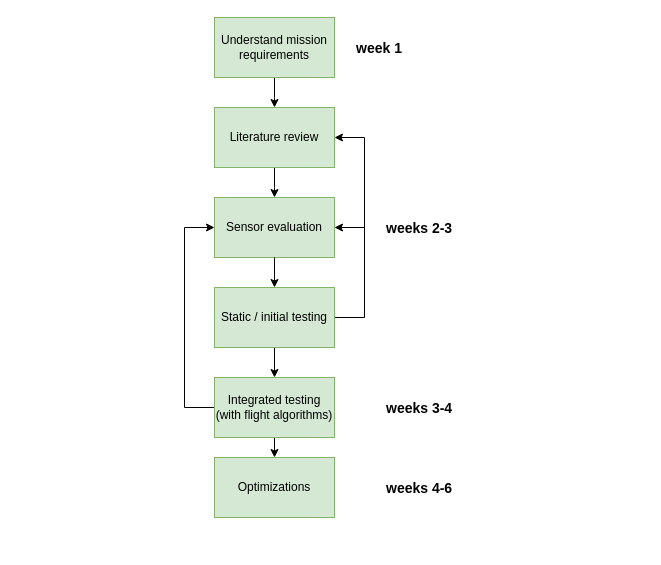
Above: decision_process.drawio in prasannawilliams/high-level-architecture (draw.io), before the change. Source tidied: cells renumbered, new cells numbered last; positions are measured from the earlier drawing's top-left corner, leaving out a move shared by most shapes. Both pictures are drawn from the tidied source at 100%, with x=0, y=0 at pixel (184, 17). Pictures stored in the file or linked from it are replaced by grey dashed boxes.
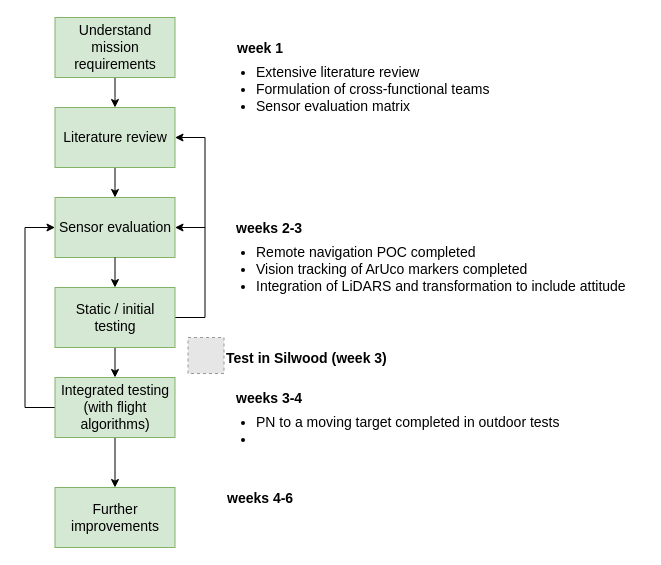
After the change.

The edit, as a diff of the source:
```diff
@@
     <mxCell id="2" style="edgeStyle=orthogonalEdgeStyle;rounded=0;jettySize=auto;html=1;" parent="1" edge="1" source="3">
       <mxGeometry relative="1" as="geometry">
-        <mxPoint x="90" y="90" as="targetPoint" />
+        <mxPoint x="-69.5" y="90" as="targetPoint" />
       </mxGeometry>
     </mxCell>
-    <mxCell id="3" value="Understand mission requirements" style="rounded=0;whiteSpace=wrap;html=1;fillColor=#d5e8d4;strokeColor=#82b366;" parent="1" vertex="1">
-      <mxGeometry x="30" width="120" height="60" as="geometry" />
+    <mxCell id="3" value="Understand mission requirements" style="rounded=0;whiteSpace=wrap;html=1;fillColor=#d5e8d4;strokeColor=#82b366;fontSize=14;" parent="1" vertex="1">
+      <mxGeometry x="-129.5" width="120" height="60" as="geometry" />
     </mxCell>
     <mxCell id="4" style="edgeStyle=orthogonalEdgeStyle;rounded=0;jettySize=auto;html=1;" parent="1" edge="1" source="5">
       <mxGeometry relative="1" as="geometry">
-        <mxPoint x="90" y="180" as="targetPoint" />
+        <mxPoint x="-69.5" y="180" as="targetPoint" />
       </mxGeometry>
     </mxCell>
-    <mxCell id="5" value="Literature review" style="rounded=0;whiteSpace=wrap;html=1;fillColor=#d5e8d4;strokeColor=#82b366;" parent="1" vertex="1">
-      <mxGeometry x="30" y="90" width="120" height="60" as="geometry" />
+    <mxCell id="5" value="Literature review" style="rounded=0;whiteSpace=wrap;html=1;fillColor=#d5e8d4;strokeColor=#82b366;fontSize=14;" parent="1" vertex="1">
+      <mxGeometry x="-129.5" y="90" width="120" height="60" as="geometry" />
     </mxCell>
     <mxCell id="6" style="edgeStyle=orthogonalEdgeStyle;rounded=0;jettySize=auto;html=1;exitX=1;exitY=0.5;exitDx=0;exitDy=0;startArrow=classic;startFill=1;endArrow=none;endFill=0;" parent="1" edge="1" source="7">
       <mxGeometry relative="1" as="geometry">
-        <mxPoint x="180" y="210" as="targetPoint" />
+        <mxPoint x="20.5" y="210" as="targetPoint" />
       </mxGeometry>
     </mxCell>
-    <mxCell id="7" value="Sensor evaluation" style="rounded=0;whiteSpace=wrap;html=1;fillColor=#d5e8d4;strokeColor=#82b366;" parent="1" vertex="1">
-      <mxGeometry x="30" y="180" width="120" height="60" as="geometry" />
+    <mxCell id="7" value="Sensor evaluation" style="rounded=0;whiteSpace=wrap;html=1;fillColor=#d5e8d4;strokeColor=#82b366;fontSize=14;" parent="1" vertex="1">
+      <mxGeometry x="-129.5" y="180" width="120" height="60" as="geometry" />
     </mxCell>
     <mxCell id="8" style="edgeStyle=orthogonalEdgeStyle;rounded=0;orthogonalLoop=1;jettySize=auto;html=1;" parent="1" edge="1">
       <mxGeometry relative="1" as="geometry">
-        <mxPoint x="90" y="240" as="sourcePoint" />
-        <mxPoint x="90" y="270" as="targetPoint" />
+        <mxPoint x="-69.5" y="240" as="sourcePoint" />
+        <mxPoint x="-69.5" y="270" as="targetPoint" />
       </mxGeometry>
     </mxCell>
     <mxCell id="9" style="edgeStyle=orthogonalEdgeStyle;rounded=0;jettySize=auto;html=1;exitX=1;exitY=0.5;exitDx=0;exitDy=0;entryX=1;entryY=0.5;entryDx=0;entryDy=0;" parent="1" edge="1" source="11" target="5">
       <mxGeometry relative="1" as="geometry">
         <Array as="points">
-          <mxPoint x="180" y="300" />
-          <mxPoint x="180" y="120" />
+          <mxPoint x="20.5" y="300" />
+          <mxPoint x="20.5" y="120" />
         </Array>
       </mxGeometry>
     </mxCell>
@@
-    <mxCell id="11" value="Static / initial testing" style="rounded=0;whiteSpace=wrap;html=1;fillColor=#d5e8d4;strokeColor=#82b366;" parent="1" vertex="1">
-      <mxGeometry x="30" y="270" width="120" height="60" as="geometry" />
+    <mxCell id="11" value="Static / initial testing" style="rounded=0;whiteSpace=wrap;html=1;fillColor=#d5e8d4;strokeColor=#82b366;fontSize=14;" parent="1" vertex="1">
+      <mxGeometry x="-129.5" y="270" width="120" height="60" as="geometry" />
     </mxCell>
@@
     <mxCell id="13" style="edgeStyle=orthogonalEdgeStyle;rounded=0;jettySize=auto;html=1;entryX=0;entryY=0.5;entryDx=0;entryDy=0;startArrow=none;startFill=0;endArrow=classic;endFill=1;" parent="1" edge="1" source="14" target="7">
       <mxGeometry relative="1" as="geometry">
         <Array as="points">
-          <mxPoint y="390" />
-          <mxPoint y="210" />
+          <mxPoint x="-159.5" y="390" />
+          <mxPoint x="-159.5" y="210" />
         </Array>
       </mxGeometry>
     </mxCell>
-    <mxCell id="14" value="Integrated testing (with flight algorithms)" style="rounded=0;whiteSpace=wrap;html=1;fillColor=#d5e8d4;strokeColor=#82b366;" parent="1" vertex="1">
-      <mxGeometry x="30" y="360" width="120" height="60" as="geometry" />
+    <mxCell id="14" value="Integrated testing (with flight algorithms)" style="rounded=0;whiteSpace=wrap;html=1;fillColor=#d5e8d4;strokeColor=#82b366;fontSize=14;" parent="1" vertex="1">
+      <mxGeometry x="-129.5" y="360" width="120" height="60" as="geometry" />
     </mxCell>
-    <mxCell id="15" value="Optimizations" style="rounded=0;whiteSpace=wrap;html=1;fillColor=#d5e8d4;strokeColor=#82b366;" parent="1" vertex="1">
-      <mxGeometry x="30" y="440" width="120" height="60" as="geometry" />
+    <mxCell id="15" value="Further improvements" style="rounded=0;whiteSpace=wrap;html=1;fillColor=#d5e8d4;strokeColor=#82b366;fontSize=14;" parent="1" vertex="1">
+      <mxGeometry x="-129.5" y="470" width="120" height="60" as="geometry" />
     </mxCell>
     <mxCell id="16" value="&lt;b&gt;&lt;font style=&quot;font-size: 14px&quot;&gt;week 1&lt;/font&gt;&lt;/b&gt;" style="text;html=1;align=left;verticalAlign=top;spacingTop=-4;" parent="1" vertex="1">
-      <mxGeometry x="170" y="20" width="60" height="20" as="geometry" />
+      <mxGeometry x="50.5" y="20" width="60" height="20" as="geometry" />
     </mxCell>
     <mxCell id="17" value="&lt;b&gt;&lt;font style=&quot;font-size: 14px&quot;&gt;weeks 2-3&lt;/font&gt;&lt;/b&gt;" style="text;html=1;align=left;verticalAlign=top;spacingTop=-4;" parent="1" vertex="1">
-      <mxGeometry x="200" y="200" width="80" height="20" as="geometry" />
+      <mxGeometry x="49.5" y="200" width="80" height="20" as="geometry" />
     </mxCell>
     <mxCell id="18" value="&lt;b&gt;&lt;font style=&quot;font-size: 14px&quot;&gt;weeks 3-4&lt;/font&gt;&lt;/b&gt;" style="text;html=1;align=left;verticalAlign=top;spacingTop=-4;" parent="1" vertex="1">
-      <mxGeometry x="200" y="380" width="80" height="20" as="geometry" />
+      <mxGeometry x="49.5" y="370" width="80" height="20" as="geometry" />
     </mxCell>
     <mxCell id="19" value="&lt;b&gt;&lt;font style=&quot;font-size: 14px&quot;&gt;weeks 4-6&lt;/font&gt;&lt;/b&gt;" style="text;html=1;align=left;verticalAlign=top;spacingTop=-4;" parent="1" vertex="1">
-      <mxGeometry x="200" y="460" width="80" height="20" as="geometry" />
+      <mxGeometry x="40.5" y="470" width="80" height="20" as="geometry" />
     </mxCell>
+    <mxCell id="20" style="fillColor=#E6E6E6;strokeColor=#999999;dashed=1;verticalLabelPosition=bottom;labelBackgroundColor=#ffffff;verticalAlign=top;" parent="1" vertex="1">
+      <mxGeometry x="3.5" y="320" width="36" height="36" as="geometry" />
+    </mxCell>
+    <mxCell id="21" value="&lt;b&gt;&lt;font style=&quot;font-size: 14px&quot;&gt;Test in Silwood (week 3)&lt;/font&gt;&lt;/b&gt;" style="text;html=1;align=left;verticalAlign=top;spacingTop=-4;" parent="1" vertex="1">
+      <mxGeometry x="39.5" y="330" width="180" height="20" as="geometry" />
+    </mxCell>
+    <mxCell id="22" value="&lt;ul style=&quot;font-size: 14px;&quot;&gt;&lt;li style=&quot;font-size: 14px;&quot;&gt;Remote navigation POC completed&lt;/li&gt;&lt;li style=&quot;font-size: 14px;&quot;&gt;Vision tracking of ArUco markers completed&lt;/li&gt;&lt;li style=&quot;font-size: 14px;&quot;&gt;Integration of LiDARS and transformation to include attitude&lt;/li&gt;&lt;/ul&gt;" style="text;html=1;align=left;verticalAlign=top;spacingTop=-4;fontSize=14;" parent="1" vertex="1">
+      <mxGeometry x="30" y="210" width="430" height="80" as="geometry" />
+    </mxCell>
+    <mxCell id="23" value="&lt;ul style=&quot;font-size: 14px&quot;&gt;&lt;li style=&quot;font-size: 14px&quot;&gt;Extensive literature review&lt;/li&gt;&lt;li style=&quot;font-size: 14px&quot;&gt;Formulation of cross-functional teams&lt;/li&gt;&lt;li style=&quot;font-size: 14px&quot;&gt;Sensor evaluation matrix&lt;/li&gt;&lt;/ul&gt;" style="text;html=1;align=left;verticalAlign=top;spacingTop=-4;fontSize=14;" parent="1" vertex="1">
+      <mxGeometry x="30" y="30" width="290" height="80" as="geometry" />
+    </mxCell>
+    <mxCell id="24" value="&lt;ul style=&quot;font-size: 14px&quot;&gt;&lt;li style=&quot;font-size: 14px&quot;&gt;PN to a moving target completed in outdoor tests&lt;/li&gt;&lt;li style=&quot;font-size: 14px&quot;&gt;&lt;br&gt;&lt;/li&gt;&lt;/ul&gt;" style="text;html=1;align=left;verticalAlign=top;spacingTop=-4;fontSize=14;" parent="1" vertex="1">
+      <mxGeometry x="30" y="380" width="360" height="60" as="geometry" />
+    </mxCell>
```
